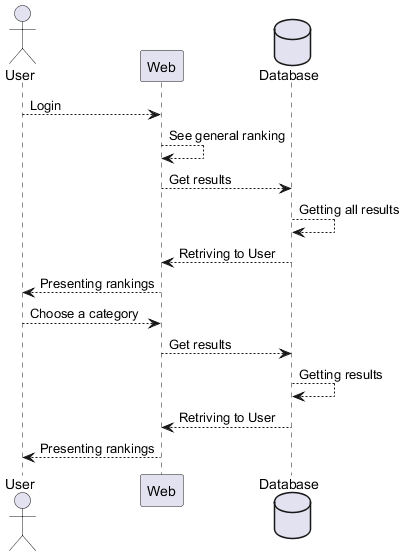
Before: images/Rankings.png, a diagram exported from PlantUML (Arquisoft/wichat_en3b).
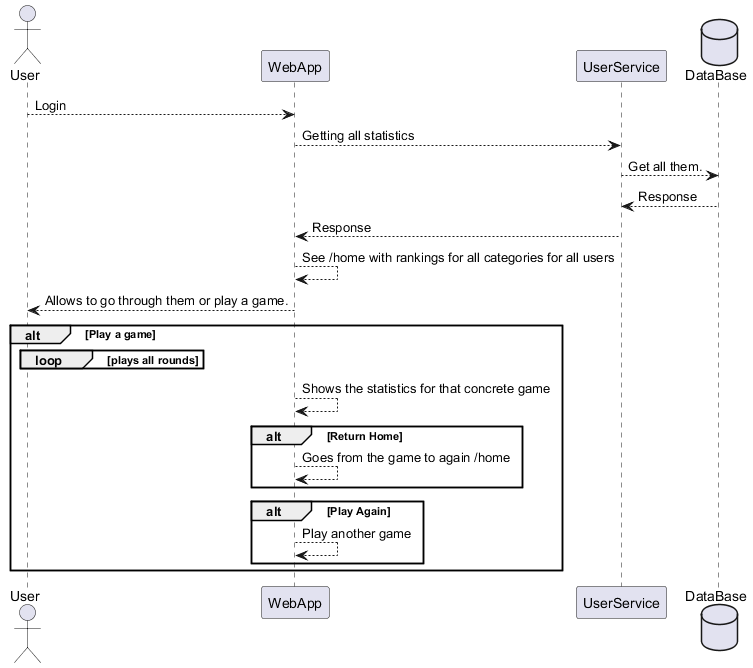
Above is the later version.

Change to the diagram source:
```diff
@@ -1,18 +1,34 @@
 @startuml
+
 actor User
-participant Web
-database Database
+participant WebApp
+participant UserService
+database DataBase
 
-User --> Web: Login
-Web --> Web: See general ranking
-Web --> Database: Get results
-Database --> Database: Getting all results
-Database --> Web: Retriving to User
-Web --> User: Presenting rankings
+User --> WebApp: Login
 
-User --> Web: Choose a category
-Web --> Database: Get results
-Database --> Database: Getting results
-Database --> Web: Retriving to User
-Web --> User: Presenting rankings
+WebApp --> UserService: Getting all statistics
+UserService --> DataBase: Get all them.
+DataBase --> UserService: Response
+UserService --> WebApp: Response
+
+WebApp --> WebApp: See /home with rankings for all categories for all users
+WebApp --> User: Allows to go through them or play a game.
+
+alt Play a game
+    loop plays all rounds
+
+    end
+
+    WebApp--> WebApp: Shows the statistics for that concrete game
+
+    alt Return Home
+        WebApp--> WebApp: Goes from the game to again /home
+    end
+
+    alt Play Again
+        WebApp--> WebApp: Play another game
+    end
+end
+
 @enduml
```
